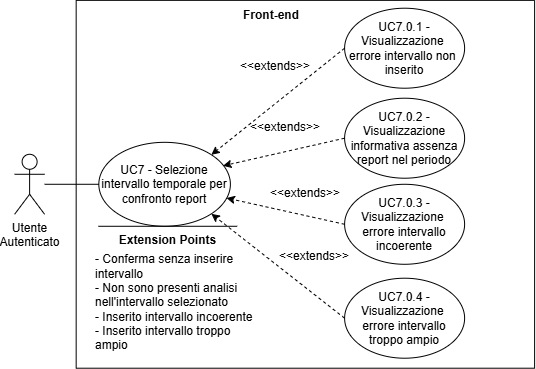
This is assets/diagrams/UC7.png from SkarabGroup/DocumentazioneProgetto, a draw.io export, as it was before one commit. Source tidied: cells renumbered, new cells last; positions are measured from the earlier drawing's top-left corner, leaving out a move shared by most shapes.
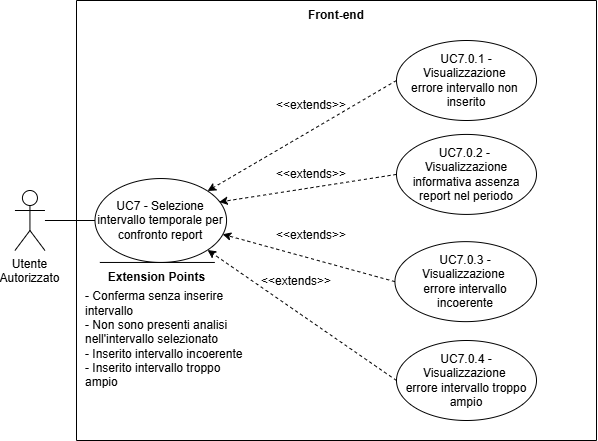
After the change.

What changed in the source:
```diff
@@ -3,67 +3,64 @@
     <mxCell id="0" />
     <mxCell id="1" parent="0" />
     <mxCell id="2" style="swimlane;startSize=0;" parent="1" vertex="1">
-      <mxGeometry x="61.7" y="-0.1" width="458.4" height="367.9" as="geometry" />
+      <mxGeometry x="61.7" y="-0.1" width="520" height="440" as="geometry" />
     </mxCell>
     <mxCell id="3" value="Front-end" style="text;html=1;whiteSpace=wrap;strokeColor=none;fillColor=none;align=center;verticalAlign=middle;rounded=0;fontStyle=1;" parent="2" vertex="1">
-      <mxGeometry x="165" width="60" height="30" as="geometry" />
+      <mxGeometry x="230" width="60" height="30" as="geometry" />
     </mxCell>
-    <mxCell id="4" value="Utente&lt;div&gt;Autenticato&lt;/div&gt;" style="shape=umlActor;verticalLabelPosition=bottom;verticalAlign=top;html=1;outlineConnect=0;" parent="2" vertex="1">
-      <mxGeometry x="-61.6" y="153.9" width="30" height="60" as="geometry" />
-    </mxCell>
     <mxCell id="5" value="UC7 - Selezione intervallo temporale per confronto report" style="ellipse;html=1;whiteSpace=wrap;" parent="2" vertex="1">
-      <mxGeometry x="22.7" y="142" width="131.6" height="83.9" as="geometry" />
+      <mxGeometry x="18.5" y="178" width="131.6" height="83.9" as="geometry" />
     </mxCell>
     <mxCell id="6" value="UC7.0.1 - Visualizzazione&amp;nbsp;&lt;div&gt;errore intervallo non&amp;nbsp;&lt;div&gt;inserito&lt;/div&gt;&lt;/div&gt;" style="ellipse;whiteSpace=wrap;html=1;" parent="2" vertex="1">
-      <mxGeometry x="268.4" y="7.9" width="120" height="80" as="geometry" />
+      <mxGeometry x="320" y="40" width="140" height="80" as="geometry" />
     </mxCell>
-    <mxCell id="7" value="UC7.0.2 - Visualizzazione informativa assenza report nel periodo" style="ellipse;whiteSpace=wrap;html=1;" parent="2" vertex="1">
-      <mxGeometry x="268.4" y="97.8" width="120" height="80" as="geometry" />
+    <mxCell id="7" value="&lt;div&gt;UC7.0.2 -&amp;nbsp;&lt;/div&gt;&lt;div&gt;Visualizzazione informativa assenza report nel periodo&lt;/div&gt;" style="ellipse;whiteSpace=wrap;html=1;" parent="2" vertex="1">
+      <mxGeometry x="320" y="133.9" width="140" height="80" as="geometry" />
     </mxCell>
     <mxCell id="8" value="UC7.0.3 - Visualizzazione&amp;nbsp;&lt;div&gt;errore intervallo incoerente&lt;/div&gt;" style="ellipse;whiteSpace=wrap;html=1;" parent="2" vertex="1">
-      <mxGeometry x="268.4" y="183.9" width="120" height="80" as="geometry" />
+      <mxGeometry x="318.4" y="241.1" width="141.6" height="80" as="geometry" />
     </mxCell>
-    <mxCell id="9" style="endArrow=none;html=1;rounded=0;entryX=0;entryY=0.5;entryDx=0;entryDy=0;" parent="2" edge="1" source="4" target="5">
-      <mxGeometry relative="1" as="geometry" />
-    </mxCell>
     <mxCell id="10" value="UC7.0.4 - Visualizzazione&amp;nbsp;&lt;div&gt;errore intervallo troppo ampio&lt;/div&gt;" style="ellipse;whiteSpace=wrap;html=1;" parent="2" vertex="1">
-      <mxGeometry x="268.4" y="277.8" width="120" height="80" as="geometry" />
+      <mxGeometry x="320" y="340" width="140" height="80" as="geometry" />
     </mxCell>
     <mxCell id="11" style="endArrow=classic;html=1;rounded=0;entryX=1;entryY=1;entryDx=0;entryDy=0;dashed=1;endFill=1;exitX=0;exitY=0.5;exitDx=0;exitDy=0;" parent="2" edge="1" source="10" target="5">
       <mxGeometry relative="1" as="geometry" />
     </mxCell>
     <mxCell id="12" value="&amp;lt;&amp;lt;extends&lt;span style=&quot;background-color: transparent; color: light-dark(rgb(0, 0, 0), rgb(255, 255, 255));&quot;&gt;&amp;gt;&amp;gt;&lt;/span&gt;" style="text;html=1;whiteSpace=wrap;strokeColor=none;fillColor=none;align=center;verticalAlign=middle;rounded=0;" parent="2" vertex="1">
-      <mxGeometry x="208.4" y="241.1" width="60" height="30" as="geometry" />
+      <mxGeometry x="190" y="266.1" width="60" height="30" as="geometry" />
     </mxCell>
-    <mxCell id="13" style="endArrow=none;html=1;rounded=0;" parent="2" edge="1">
-      <mxGeometry relative="1" as="geometry">
-        <mxPoint x="161" y="225.9" as="sourcePoint" />
-        <mxPoint x="22.3" y="225.9" as="targetPoint" />
-      </mxGeometry>
+    <mxCell id="13" style="endArrow=none;html=1;rounded=0;entryX=0;entryY=0;entryDx=0;entryDy=0;exitX=1;exitY=0;exitDx=0;exitDy=0;" parent="2" edge="1" source="14" target="14">
+      <mxGeometry relative="1" as="geometry" />
     </mxCell>
     <mxCell id="14" value="&lt;b&gt;Extension Points&lt;/b&gt;" style="text;html=1;whiteSpace=wrap;strokeColor=none;fillColor=none;align=center;verticalAlign=middle;rounded=0;strokeWidth=5;" parent="2" vertex="1">
-      <mxGeometry x="34" y="224.9" width="115" height="30" as="geometry" />
+      <mxGeometry x="23.3" y="262" width="115" height="30" as="geometry" />
     </mxCell>
     <mxCell id="15" value="&lt;div align=&quot;left&quot;&gt;- Conferma senza inserire intervallo&lt;/div&gt;&lt;div align=&quot;left&quot;&gt;- Non sono presenti analisi nell'intervallo selezionato&lt;/div&gt;&lt;div align=&quot;left&quot;&gt;- Inserito intervallo incoerente&lt;/div&gt;&lt;div align=&quot;left&quot;&gt;- Inserito intervallo troppo ampio&lt;/div&gt;" style="text;html=1;whiteSpace=wrap;strokeColor=none;fillColor=none;align=left;verticalAlign=middle;rounded=0;" parent="2" vertex="1">
-      <mxGeometry x="17.4" y="254.9" width="162.6" height="93.9" as="geometry" />
+      <mxGeometry x="6.8" y="292" width="162.6" height="93.9" as="geometry" />
     </mxCell>
     <mxCell id="16" style="endArrow=classic;html=1;rounded=0;entryX=0.97;entryY=0.664;entryDx=0;entryDy=0;dashed=1;endFill=1;exitX=0;exitY=0.5;exitDx=0;exitDy=0;entryPerimeter=0;" parent="2" edge="1" source="8" target="5">
       <mxGeometry relative="1" as="geometry" />
     </mxCell>
     <mxCell id="17" value="&amp;lt;&amp;lt;extends&lt;span style=&quot;background-color: transparent; color: light-dark(rgb(0, 0, 0), rgb(255, 255, 255));&quot;&gt;&amp;gt;&amp;gt;&lt;/span&gt;" style="text;html=1;whiteSpace=wrap;strokeColor=none;fillColor=none;align=center;verticalAlign=middle;rounded=0;" parent="2" vertex="1">
-      <mxGeometry x="199.2" y="177.9" width="60" height="30" as="geometry" />
+      <mxGeometry x="205" y="220" width="60" height="30" as="geometry" />
     </mxCell>
     <mxCell id="18" style="endArrow=classic;html=1;rounded=0;entryX=0.944;entryY=0.28;entryDx=0;entryDy=0;dashed=1;endFill=1;exitX=0;exitY=0.5;exitDx=0;exitDy=0;entryPerimeter=0;" parent="2" edge="1" source="7" target="5">
       <mxGeometry relative="1" as="geometry" />
     </mxCell>
     <mxCell id="19" value="&amp;lt;&amp;lt;extends&lt;span style=&quot;background-color: transparent; color: light-dark(rgb(0, 0, 0), rgb(255, 255, 255));&quot;&gt;&amp;gt;&amp;gt;&lt;/span&gt;" style="text;html=1;whiteSpace=wrap;strokeColor=none;fillColor=none;align=center;verticalAlign=middle;rounded=0;" parent="2" vertex="1">
-      <mxGeometry x="179.3" y="112" width="60" height="30" as="geometry" />
+      <mxGeometry x="205" y="158.9" width="60" height="30" as="geometry" />
     </mxCell>
     <mxCell id="20" style="endArrow=classic;html=1;rounded=0;entryX=1;entryY=0;entryDx=0;entryDy=0;dashed=1;endFill=1;exitX=0;exitY=0.5;exitDx=0;exitDy=0;" parent="2" edge="1" source="6" target="5">
       <mxGeometry relative="1" as="geometry" />
     </mxCell>
     <mxCell id="21" value="&amp;lt;&amp;lt;extends&lt;span style=&quot;background-color: transparent; color: light-dark(rgb(0, 0, 0), rgb(255, 255, 255));&quot;&gt;&amp;gt;&amp;gt;&lt;/span&gt;" style="text;html=1;whiteSpace=wrap;strokeColor=none;fillColor=none;align=center;verticalAlign=middle;rounded=0;" parent="2" vertex="1">
-      <mxGeometry x="169.3" y="51.1" width="60" height="30" as="geometry" />
+      <mxGeometry x="205" y="90" width="60" height="30" as="geometry" />
     </mxCell>
+    <mxCell id="4" value="Utente&lt;div&gt;Autorizzato&lt;/div&gt;" style="shape=umlActor;verticalLabelPosition=bottom;verticalAlign=top;html=1;outlineConnect=0;" parent="1" vertex="1">
+      <mxGeometry x="0.1" y="189.9" width="30" height="60" as="geometry" />
+    </mxCell>
+    <mxCell id="9" style="endArrow=none;html=1;rounded=0;entryX=0;entryY=0.5;entryDx=0;entryDy=0;" parent="1" edge="1" source="4" target="5">
+      <mxGeometry relative="1" as="geometry" />
+    </mxCell>
   </root>
 </mxGraphModel>
```
